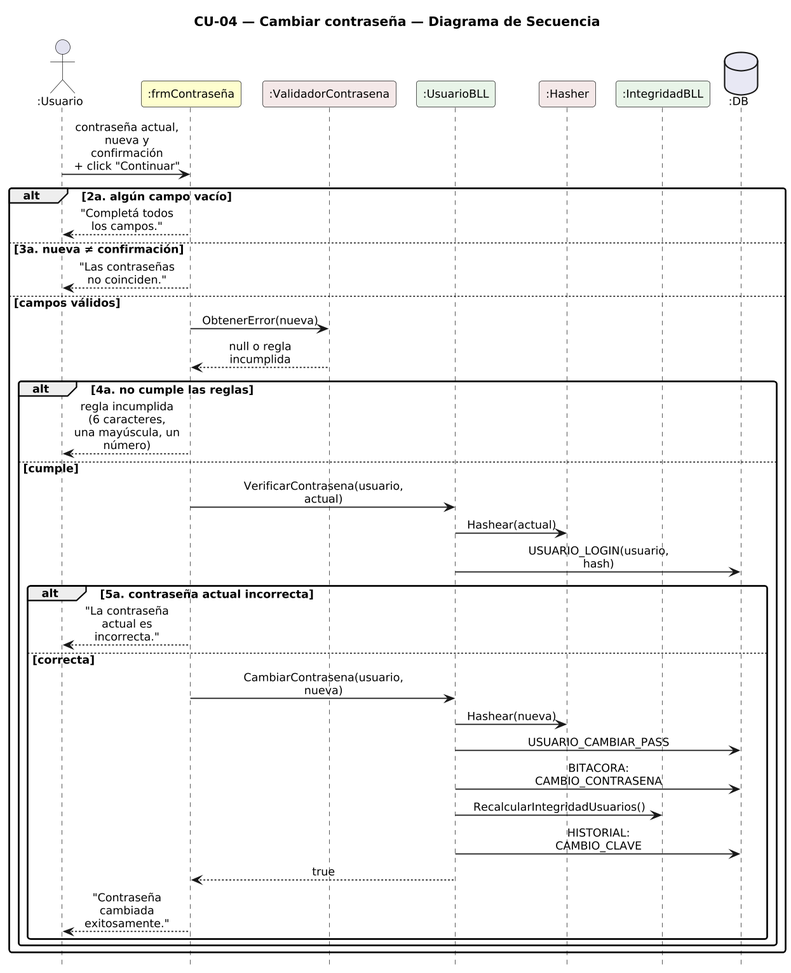
The PlantUML diagram DIAGRAMAS/DiagramaSecuencia_CU04_CambiarContrasena.png in Urrels/ingenieria_software, before a commit.
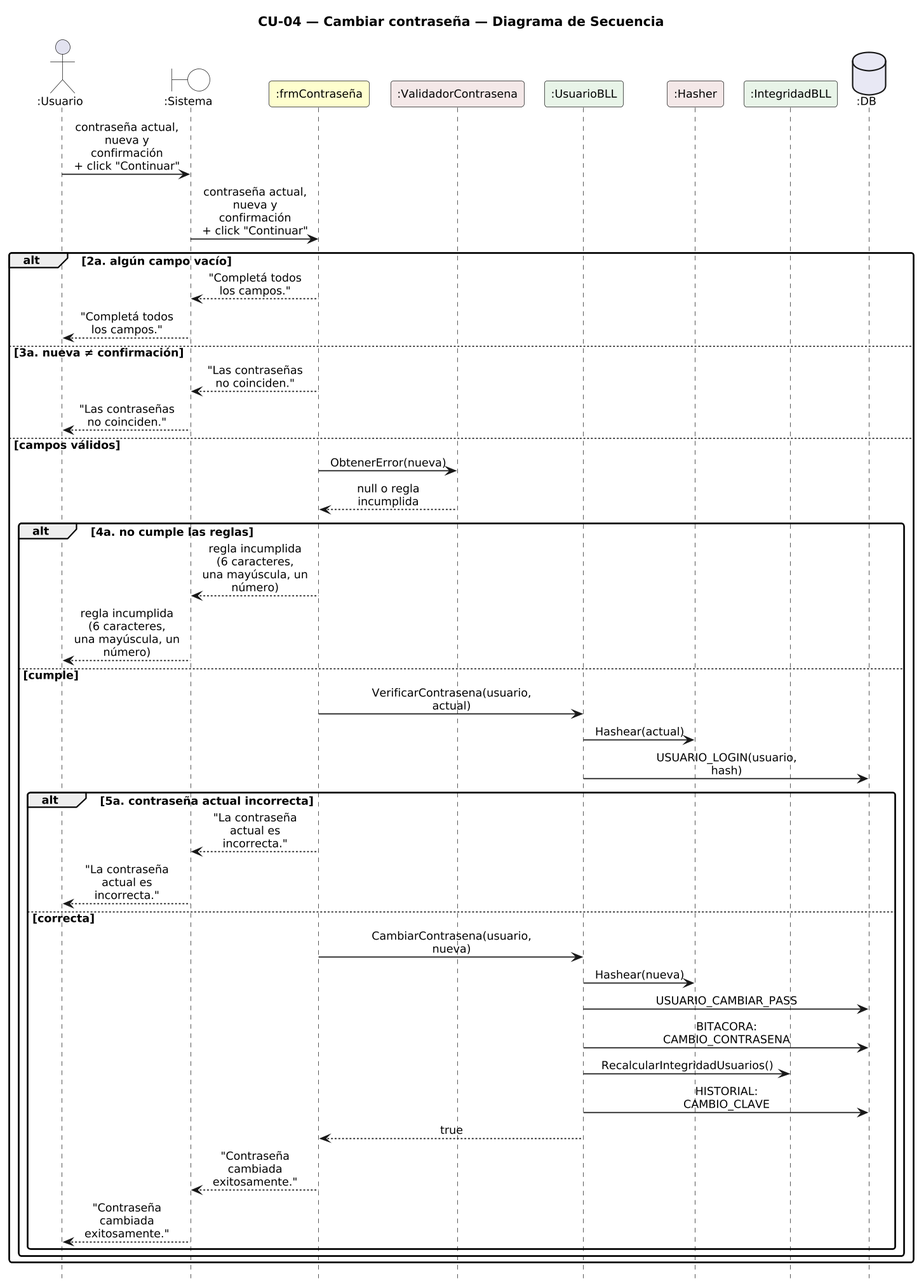
Above is the later version.

The edit, as a diff of the source:
```diff
@@ -14,6 +14,7 @@
 hide footbox
 
 actor ":Usuario" as U
+boundary ":Sistema" as SYS #FFFFFF
 participant ":frmContraseña" as F #FEFECE
 participant ":ValidadorContrasena" as V #F4E8E8
 participant ":UsuarioBLL" as B #E8F4E8
@@ -21,22 +22,27 @@
 participant ":IntegridadBLL" as I #E8F4E8
 database ":DB" as DB #E8E8F4
 
-U -> F : contraseña actual, nueva y confirmación\n+ click "Continuar"
+U -> SYS : contraseña actual, nueva y confirmación\n+ click "Continuar"
+SYS -> F : contraseña actual, nueva y confirmación\n+ click "Continuar"
 alt 2a. algún campo vacío
-  F --> U : "Completá todos los campos."
+  F --> SYS : "Completá todos los campos."
+  SYS --> U : "Completá todos los campos."
 else 3a. nueva ≠ confirmación
-  F --> U : "Las contraseñas no coinciden."
+  F --> SYS : "Las contraseñas no coinciden."
+  SYS --> U : "Las contraseñas no coinciden."
 else campos válidos
   F -> V : ObtenerError(nueva)
   V --> F : null o regla incumplida
   alt 4a. no cumple las reglas
-    F --> U : regla incumplida (6 caracteres,\nuna mayúscula, un número)
+    F --> SYS : regla incumplida (6 caracteres,\nuna mayúscula, un número)
+    SYS --> U : regla incumplida (6 caracteres,\nuna mayúscula, un número)
   else cumple
     F -> B : VerificarContrasena(usuario, actual)
     B -> H : Hashear(actual)
     B -> DB : USUARIO_LOGIN(usuario, hash)
     alt 5a. contraseña actual incorrecta
-      F --> U : "La contraseña actual es incorrecta."
+      F --> SYS : "La contraseña actual es incorrecta."
+      SYS --> U : "La contraseña actual es incorrecta."
     else correcta
       F -> B : CambiarContrasena(usuario, nueva)
       B -> H : Hashear(nueva)
@@ -45,7 +51,8 @@
       B -> I : RecalcularIntegridadUsuarios()
       B -> DB : HISTORIAL: CAMBIO_CLAVE
       B --> F : true
-      F --> U : "Contraseña cambiada exitosamente."
+      F --> SYS : "Contraseña cambiada exitosamente."
+      SYS --> U : "Contraseña cambiada exitosamente."
     end
   end
 end
```
